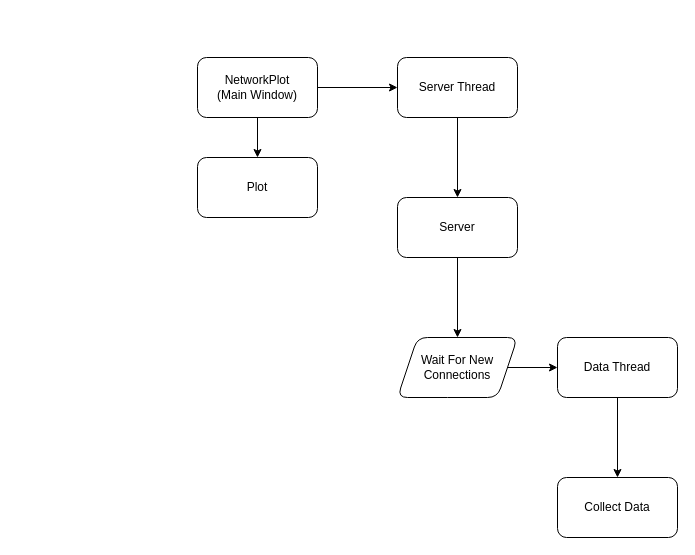
Above: draw/flowchart.drawio in bytesByHarsh/Qt-Network-Plot (draw.io), before the change. Source tidied: cells renumbered, new cells numbered last; positions are measured from the earlier drawing's top-left corner, leaving out a move shared by most shapes. Both pictures are drawn from the tidied source at 100%, with x=0, y=0 at pixel (197, 57).
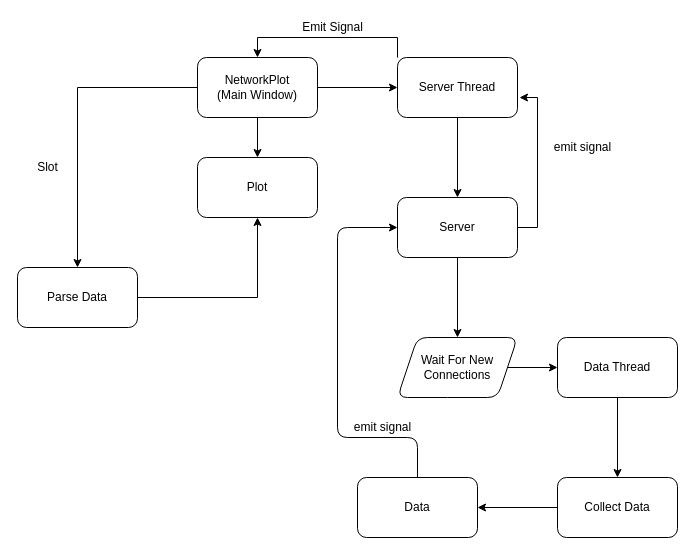
The same page after the edit.

The change refers to these unchanged cells:
```xml
<mxCell id="4" value="NetworkPlot&lt;br&gt;(Main Window)" style="rounded=1;whiteSpace=wrap;html=1;" parent="1" vertex="1">
  <mxGeometry width="120" height="60" as="geometry" />
</mxCell>
<mxCell id="6" value="Server Thread" style="whiteSpace=wrap;html=1;rounded=1;" parent="1" vertex="1">
  <mxGeometry x="200" width="120" height="60" as="geometry" />
</mxCell>
<mxCell id="8" value="Server" style="whiteSpace=wrap;html=1;rounded=1;" parent="1" vertex="1">
  <mxGeometry x="200" y="140" width="120" height="60" as="geometry" />
</mxCell>
<mxCell id="13" value="Collect Data" style="whiteSpace=wrap;html=1;rounded=1;" parent="1" vertex="1">
  <mxGeometry x="360" y="420" width="120" height="60" as="geometry" />
</mxCell>
<mxCell id="14" value="Plot" style="rounded=1;whiteSpace=wrap;html=1;" parent="1" vertex="1">
  <mxGeometry y="100" width="120" height="60" as="geometry" />
</mxCell>
```

What changed in the source:
```diff
@@
+    <mxCell id="15" style="edgeStyle=orthogonalEdgeStyle;rounded=0;jettySize=auto;html=1;" parent="1" edge="1" source="4" target="25">
+      <mxGeometry relative="1" as="geometry" />
+    </mxCell>
@@
+    <mxCell id="16" style="edgeStyle=orthogonalEdgeStyle;rounded=0;jettySize=auto;html=1;exitX=0;exitY=0;exitDx=0;exitDy=0;entryX=0.5;entryY=0;entryDx=0;entryDy=0;" parent="1" edge="1" source="6" target="4">
+      <mxGeometry relative="1" as="geometry" />
+    </mxCell>
@@
+    <mxCell id="17" style="edgeStyle=orthogonalEdgeStyle;rounded=0;jettySize=auto;html=1;exitX=1;exitY=0.5;exitDx=0;exitDy=0;" parent="1" edge="1" source="8">
+      <mxGeometry relative="1" as="geometry">
+        <mxPoint x="322" y="40" as="targetPoint" />
+        <Array as="points">
+          <mxPoint x="340" y="170" />
+          <mxPoint x="340" y="40" />
+        </Array>
+      </mxGeometry>
+    </mxCell>
@@
+    <mxCell id="18" style="edgeStyle=orthogonalEdgeStyle;rounded=0;jettySize=auto;html=1;" parent="1" edge="1" source="13" target="19">
+      <mxGeometry relative="1" as="geometry" />
+    </mxCell>
@@
+    <mxCell id="19" value="Data" style="whiteSpace=wrap;html=1;rounded=1;" parent="1" vertex="1">
+      <mxGeometry x="160" y="420" width="120" height="60" as="geometry" />
+    </mxCell>
+    <mxCell id="20" style="endArrow=classic;html=1;exitX=0.5;exitY=0;exitDx=0;exitDy=0;entryX=0;entryY=0.5;entryDx=0;entryDy=0;" parent="1" edge="1" source="19" target="8">
+      <mxGeometry relative="1" as="geometry">
+        <Array as="points">
+          <mxPoint x="220" y="380" />
+          <mxPoint x="140" y="380" />
+          <mxPoint x="140" y="170" />
+        </Array>
+      </mxGeometry>
+    </mxCell>
+    <mxCell id="21" value="emit signal" style="text;html=1;align=center;verticalAlign=middle;strokeColor=none;" parent="1" vertex="1">
+      <mxGeometry x="150" y="360" width="70" height="20" as="geometry" />
+    </mxCell>
+    <mxCell id="22" value="emit signal" style="text;html=1;align=center;verticalAlign=middle;strokeColor=none;" parent="1" vertex="1">
+      <mxGeometry x="350" y="80" width="70" height="20" as="geometry" />
+    </mxCell>
+    <mxCell id="23" value="Emit Signal" style="text;html=1;align=center;verticalAlign=middle;strokeColor=none;" parent="1" vertex="1">
+      <mxGeometry x="95" y="-40" width="80" height="20" as="geometry" />
+    </mxCell>
+    <mxCell id="24" style="edgeStyle=orthogonalEdgeStyle;rounded=0;jettySize=auto;html=1;exitX=1;exitY=0.5;exitDx=0;exitDy=0;entryX=0.5;entryY=1;entryDx=0;entryDy=0;" parent="1" edge="1" source="25" target="14">
+      <mxGeometry relative="1" as="geometry" />
+    </mxCell>
+    <mxCell id="25" value="Parse Data&lt;br&gt;" style="whiteSpace=wrap;html=1;rounded=1;" parent="1" vertex="1">
+      <mxGeometry x="-180" y="210" width="120" height="60" as="geometry" />
+    </mxCell>
+    <mxCell id="26" value="Slot" style="text;html=1;align=center;verticalAlign=middle;strokeColor=none;" parent="1" vertex="1">
+      <mxGeometry x="-170" y="100" width="40" height="20" as="geometry" />
+    </mxCell>
```
